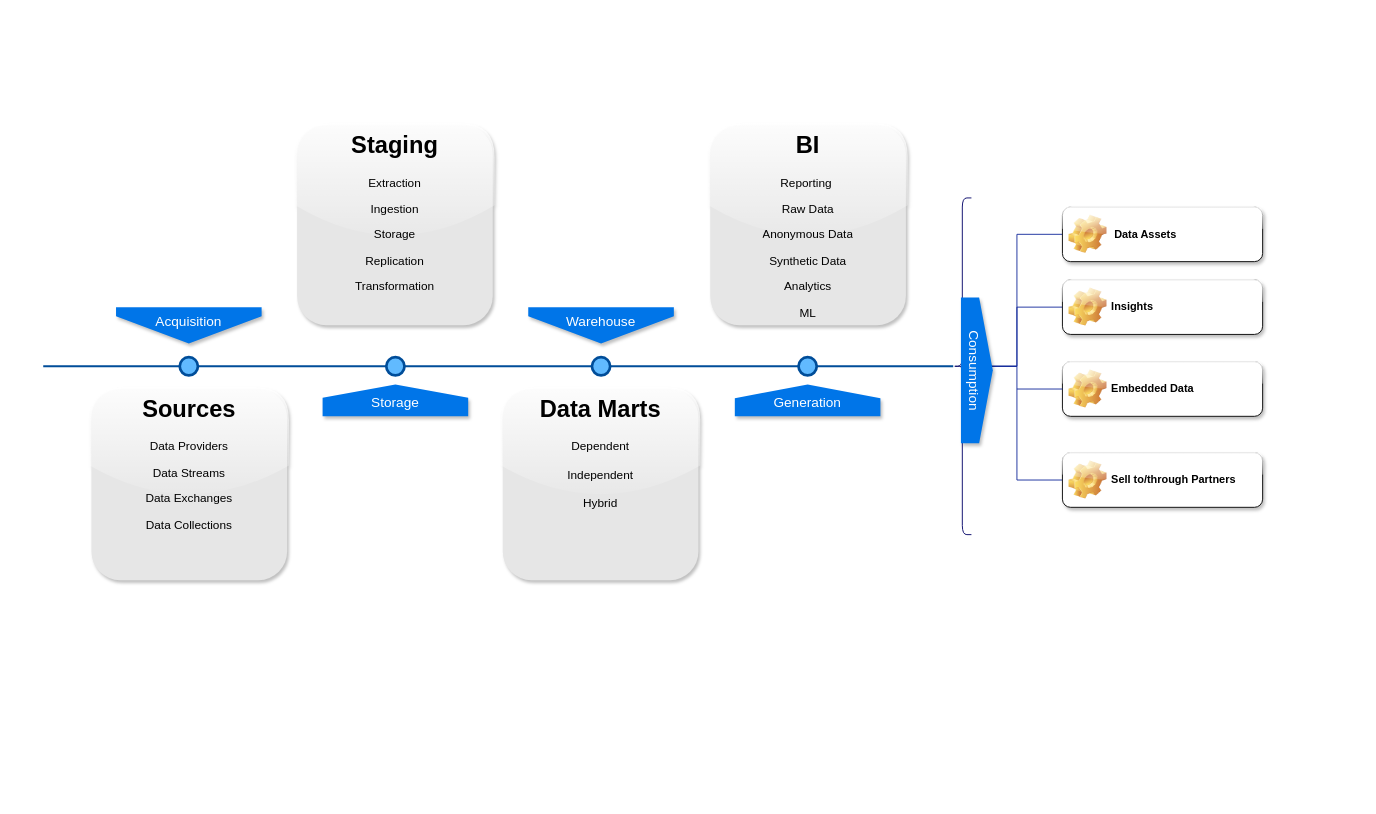
Earlier version of the draw.io diagram Untitled Diagram.drawio (axe360/datamonetisation). Source tidied: cells renumbered, new cells numbered last; positions are measured from the earlier drawing's top-left corner, leaving out a move shared by most shapes. Both pictures are drawn from the tidied source at 91%, with x=0, y=0 at pixel (43, 125).
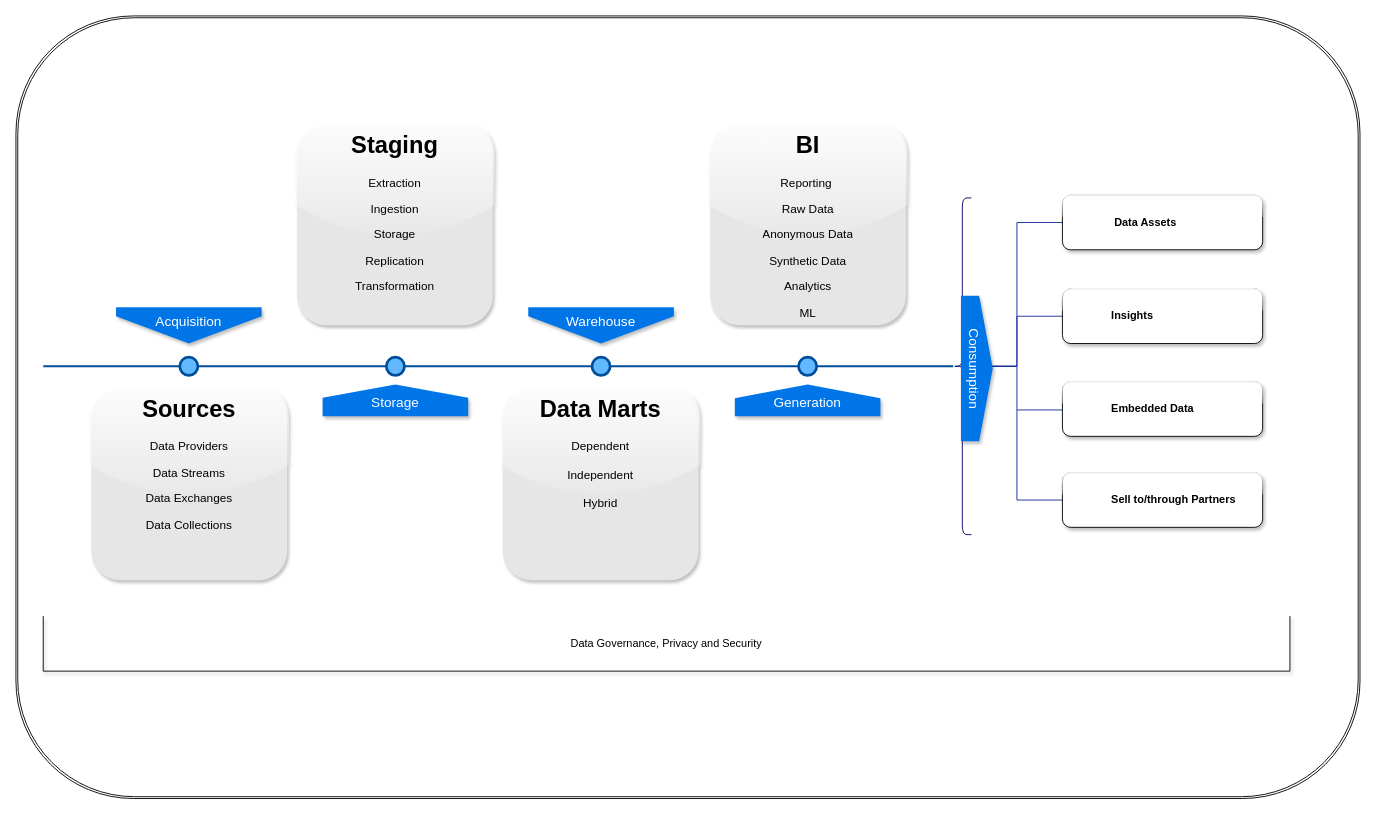
Above is the later version.

Diff of the diagram source:
```diff
@@
+    <mxCell id="25" style="shape=ext;double=1;rounded=1;whiteSpace=wrap;html=1;" parent="1" vertex="1">
+      <mxGeometry x="-30" y="-120" width="1477" height="860" as="geometry" />
+    </mxCell>
@@
-    <mxCell id="16" value="&amp;nbsp;Data Assets" style="label;whiteSpace=wrap;html=1;image=img/clipart/Gear_128x128.png;glass=1;rounded=1;shadow=1;" parent="1" vertex="1">
-      <mxGeometry x="1120" y="90" width="220" height="60" as="geometry" />
+    <mxCell id="16" value="&amp;nbsp;Data Assets" style="label;whiteSpace=wrap;html=1;glass=1;rounded=1;shadow=1;" parent="1" vertex="1">
+      <mxGeometry x="1120" y="77" width="220" height="60" as="geometry" />
     </mxCell>
@@
-    <mxCell id="18" value="Insights" style="label;whiteSpace=wrap;html=1;image=img/clipart/Gear_128x128.png;glass=1;rounded=1;shadow=1;" parent="1" vertex="1">
-      <mxGeometry x="1120" y="170" width="220" height="60" as="geometry" />
+    <mxCell id="18" value="Insights" style="label;whiteSpace=wrap;html=1;glass=1;rounded=1;shadow=1;" parent="1" vertex="1">
+      <mxGeometry x="1120" y="180" width="220" height="60" as="geometry" />
     </mxCell>
-    <mxCell id="19" value="Embedded Data" style="label;whiteSpace=wrap;html=1;image=img/clipart/Gear_128x128.png;glass=1;shadow=1;" parent="1" vertex="1">
-      <mxGeometry x="1120" y="260" width="220" height="60" as="geometry" />
+    <mxCell id="19" value="Embedded Data" style="label;whiteSpace=wrap;html=1;glass=1;shadow=1;" parent="1" vertex="1">
+      <mxGeometry x="1120" y="282" width="220" height="60" as="geometry" />
     </mxCell>
@@
-    <mxCell id="21" value="Sell to/through Partners" style="label;whiteSpace=wrap;html=1;image=img/clipart/Gear_128x128.png;glass=1;shadow=1;" parent="1" vertex="1">
-      <mxGeometry x="1120" y="360" width="220" height="60" as="geometry" />
+    <mxCell id="21" value="Sell to/through Partners" style="label;whiteSpace=wrap;html=1;glass=1;shadow=1;" parent="1" vertex="1">
+      <mxGeometry x="1120" y="382" width="220" height="60" as="geometry" />
     </mxCell>
@@
     <mxCell id="23" style="endArrow=none;html=1;rounded=0;strokeColor=#12299b;" parent="1" edge="1">
       <mxGeometry relative="1" as="geometry">
-        <mxPoint x="1070" y="290" as="sourcePoint" />
-        <mxPoint x="1120" y="290" as="targetPoint" />
+        <mxPoint x="1070" y="313" as="sourcePoint" />
+        <mxPoint x="1120" y="313" as="targetPoint" />
       </mxGeometry>
     </mxCell>
     <mxCell id="24" value="&lt;span&gt;Consumption&lt;/span&gt;" style="shape=offPageConnector;whiteSpace=wrap;html=1;fillColor=#0075E8;fontSize=15;fontColor=#FFFFFF;size=0.42857142857142855;flipV=1;verticalAlign=bottom;strokeColor=none;spacingBottom=4;shadow=1;rotation=90;" parent="1" vertex="1">
-      <mxGeometry x="946" y="252" width="160" height="35" as="geometry" />
+      <mxGeometry x="946" y="250" width="160" height="35" as="geometry" />
     </mxCell>
+    <mxCell id="26" value="Data Governance, Privacy and Security" style="shape=partialRectangle;whiteSpace=wrap;html=1;bottom=1;right=1;left=1;top=0;fillColor=none;routingCenterX=-0.5;shadow=1;" parent="1" vertex="1">
+      <mxGeometry y="540" width="1370" height="60" as="geometry" />
+    </mxCell>
```
